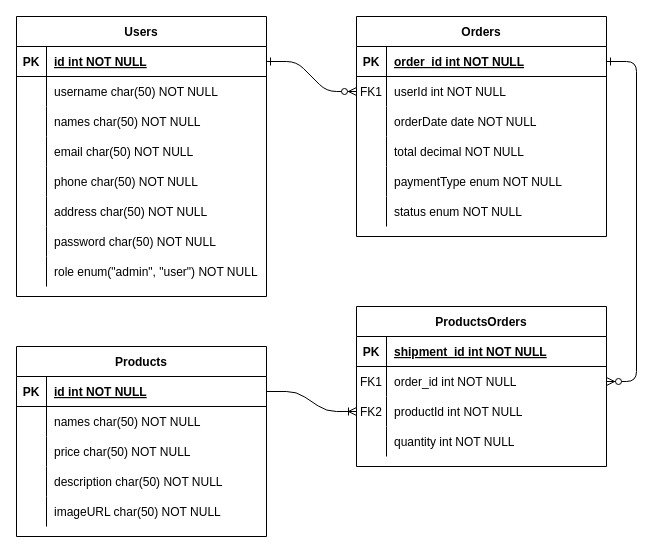
Before: models/Untitled Diagram.drawio in alejomartinez8/delilah-resto-api, a draw.io diagram. Source tidied: cells renumbered, new cells numbered last; positions are measured from the earlier drawing's top-left corner, leaving out a move shared by most shapes. Both pictures are drawn from the tidied source at 100%, with x=0, y=0 at pixel (16, 16).
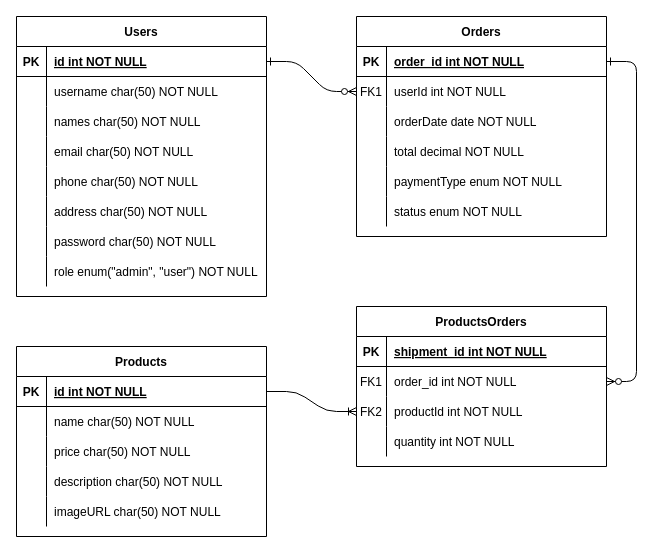
The same page after the edit.

Unchanged cells that the change refers to:
```xml
<mxCell id="65" style="shape=partialRectangle;fillColor=none;top=0;left=0;right=0;bottom=0;" parent="61" vertex="1">
  <mxGeometry y="60" width="250" height="30" as="geometry" />
</mxCell>
```

Change to the diagram source:
```diff
@@
-    <mxCell id="67" value="names char(50) NOT NULL" style="shape=partialRectangle;overflow=hidden;fillColor=none;top=0;left=0;bottom=0;right=0;align=left;spacingLeft=6;" parent="65" vertex="1">
+    <mxCell id="67" value="name char(50) NOT NULL" style="shape=partialRectangle;overflow=hidden;fillColor=none;top=0;left=0;bottom=0;right=0;align=left;spacingLeft=6;" parent="65" vertex="1">
       <mxGeometry x="30" width="220" height="30" as="geometry" />
     </mxCell>
```
